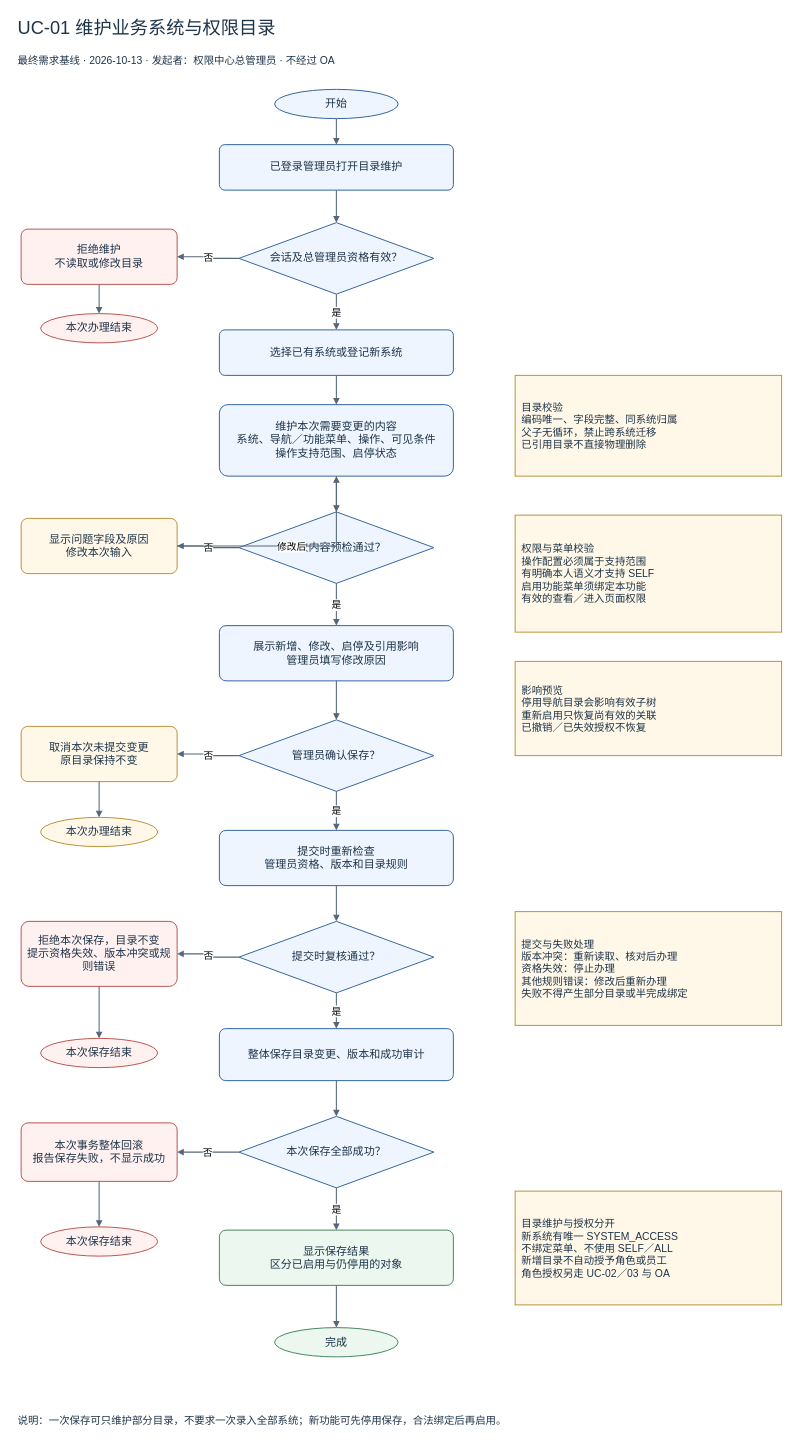
This is docs/按用例分类/UC-01_维护业务系统与权限目录/UC-01_维护业务系统与权限目录_流程图.drawio from Noah-hope/RBAC-admin, a draw.io file, before an edit. Source tidied: cells renumbered, new cells numbered last; positions are measured from the earlier drawing's top-left corner, leaving out a move shared by most shapes. Both pictures are drawn from the tidied source at 65%, with x=0, y=0 at pixel (11, 11).
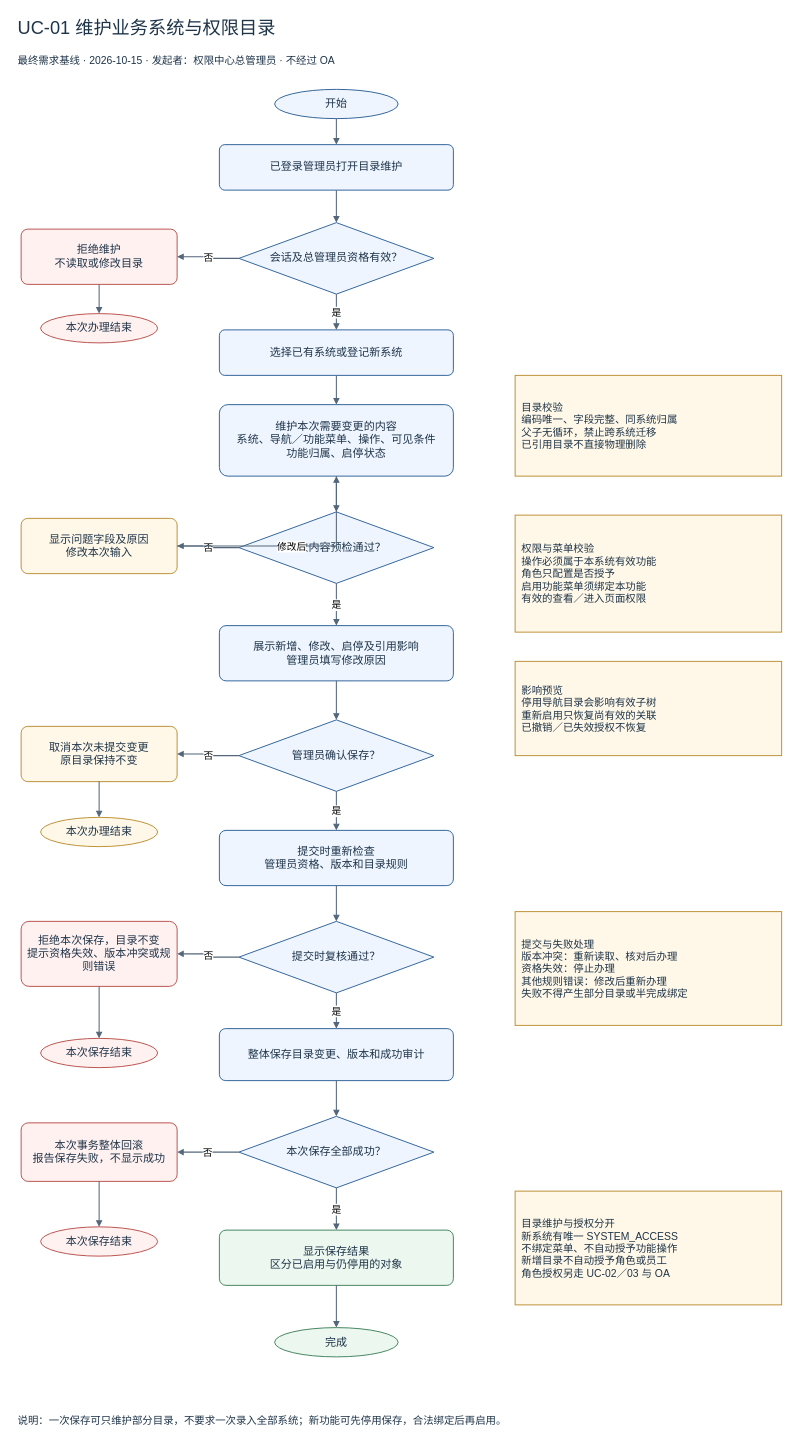
The same page after the edit.

What changed in the source:
```diff
@@
-    <mxCell id="3" value="最终需求基线 · 2026-10-13 · 发起者：权限中心总管理员 · 不经过 OA" style="text;html=1;whiteSpace=wrap;fontFamily=Microsoft YaHei;fontSize=17;fontColor=#1e3449;align=center;verticalAlign=middle;spacing=10;fillColor=#eef5ff;strokeColor=#32649a;strokeWidth=1.5;fillColor=none;strokeColor=none;align=left;fontSize=16;" parent="1" vertex="1">
+    <mxCell id="3" value="最终需求基线 · 2026-10-15 · 发起者：权限中心总管理员 · 不经过 OA" style="text;html=1;whiteSpace=wrap;fontFamily=Microsoft YaHei;fontSize=17;fontColor=#1e3449;align=center;verticalAlign=middle;spacing=10;fillColor=#eef5ff;strokeColor=#32649a;strokeWidth=1.5;fillColor=none;strokeColor=none;align=left;fontSize=16;" parent="1" vertex="1">
       <mxGeometry y="58" width="1200" height="35" as="geometry" />
     </mxCell>
@@
-    <mxCell id="10" value="维护本次需要变更的内容&lt;br&gt;系统、导航／功能菜单、操作、可见条件&lt;br&gt;操作支持范围、启停状态" style="rounded=1;arcSize=12;html=1;whiteSpace=wrap;fontFamily=Microsoft YaHei;fontSize=17;fontColor=#1e3449;align=center;verticalAlign=middle;spacing=10;fillColor=#eef5ff;strokeColor=#32649a;strokeWidth=1.5;" parent="1" vertex="1">
+    <mxCell id="10" value="维护本次需要变更的内容&lt;br&gt;系统、导航／功能菜单、操作、可见条件&lt;br&gt;功能归属、启停状态" style="rounded=1;arcSize=12;html=1;whiteSpace=wrap;fontFamily=Microsoft YaHei;fontSize=17;fontColor=#1e3449;align=center;verticalAlign=middle;spacing=10;fillColor=#eef5ff;strokeColor=#32649a;strokeWidth=1.5;" parent="1" vertex="1">
       <mxGeometry x="320" y="605" width="360" height="110" as="geometry" />
     </mxCell>
@@
-    <mxCell id="28" value="权限与菜单校验&lt;br&gt;操作配置必须属于支持范围&lt;br&gt;有明确本人语义才支持 SELF&lt;br&gt;启用功能菜单须绑定本功能&lt;br&gt;有效的查看／进入页面权限" style="rounded=0;html=1;whiteSpace=wrap;fontFamily=Microsoft YaHei;fontSize=17;fontColor=#1e3449;align=center;verticalAlign=middle;spacing=10;fillColor=#fff8e8;strokeColor=#bc9036;strokeWidth=1.5;align=left;fontSize=16;" parent="1" vertex="1">
+    <mxCell id="28" value="权限与菜单校验&lt;br&gt;操作必须属于本系统有效功能&lt;br&gt;角色只配置是否授予&lt;br&gt;启用功能菜单须绑定本功能&lt;br&gt;有效的查看／进入页面权限" style="rounded=0;html=1;whiteSpace=wrap;fontFamily=Microsoft YaHei;fontSize=17;fontColor=#1e3449;align=center;verticalAlign=middle;spacing=10;fillColor=#fff8e8;strokeColor=#bc9036;strokeWidth=1.5;align=left;fontSize=16;" parent="1" vertex="1">
       <mxGeometry x="775" y="775" width="410" height="180" as="geometry" />
     </mxCell>
@@
-    <mxCell id="31" value="目录维护与授权分开&lt;br&gt;新系统有唯一 SYSTEM_ACCESS&lt;br&gt;不绑定菜单、不使用 SELF／ALL&lt;br&gt;新增目录不自动授予角色或员工&lt;br&gt;角色授权另走 UC-02／03 与 OA" style="rounded=0;html=1;whiteSpace=wrap;fontFamily=Microsoft YaHei;fontSize=17;fontColor=#1e3449;align=center;verticalAlign=middle;spacing=10;fillColor=#fff8e8;strokeColor=#bc9036;strokeWidth=1.5;align=left;fontSize=16;" parent="1" vertex="1">
+    <mxCell id="31" value="目录维护与授权分开&lt;br&gt;新系统有唯一 SYSTEM_ACCESS&lt;br&gt;不绑定菜单、不自动授予功能操作&lt;br&gt;新增目录不自动授予角色或员工&lt;br&gt;角色授权另走 UC-02／03 与 OA" style="rounded=0;html=1;whiteSpace=wrap;fontFamily=Microsoft YaHei;fontSize=17;fontColor=#1e3449;align=center;verticalAlign=middle;spacing=10;fillColor=#fff8e8;strokeColor=#bc9036;strokeWidth=1.5;align=left;fontSize=16;" parent="1" vertex="1">
       <mxGeometry x="775" y="1815" width="410" height="175" as="geometry" />
     </mxCell>
```
